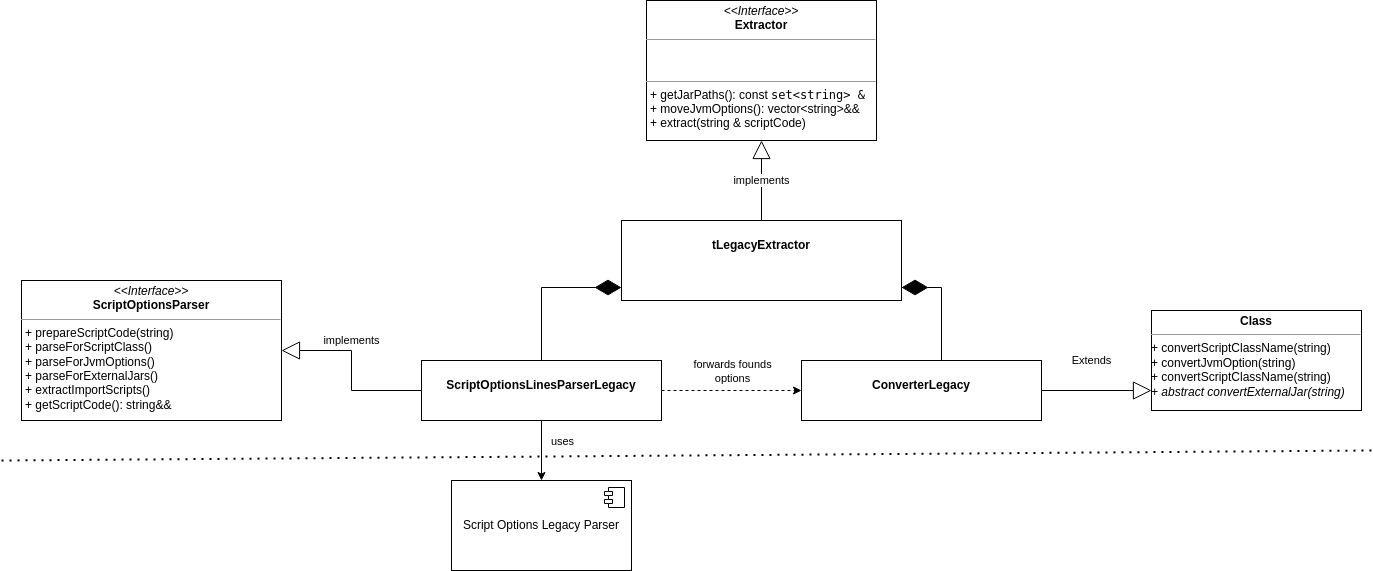
exasol/script-languages keeps this draw.io diagram as exaudfclient/docs/diagrams/LegacyParserHandler.png. Above is the earlier version. Source tidied: cells renumbered, new cells last; positions are measured from the earlier drawing's top-left corner, leaving out a move shared by most shapes.
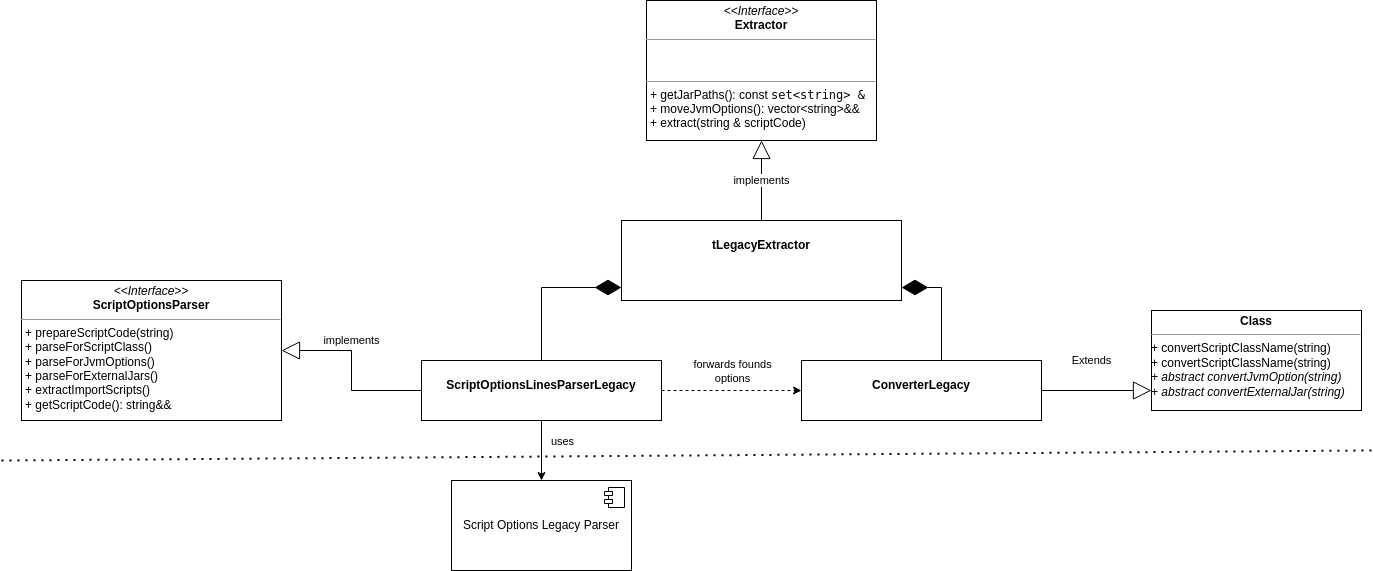
Above is the later version.

What changed in the source:
```diff
@@ -82,7 +82,7 @@
     <mxCell id="18" value="&lt;p style=&quot;margin:0px;margin-top:4px;text-align:center;&quot;&gt;&lt;br&gt;&lt;b&gt;tLegacyExtractor&lt;/b&gt;&lt;/p&gt;" style="verticalAlign=top;align=left;overflow=fill;fontSize=12;fontFamily=Helvetica;html=1;whiteSpace=wrap;" parent="1" vertex="1">
       <mxGeometry x="620" y="220" width="280" height="80" as="geometry" />
     </mxCell>
-    <mxCell id="19" value="&lt;p style=&quot;margin:0px;margin-top:4px;text-align:center;&quot;&gt;&lt;b&gt;Class&lt;/b&gt;&lt;/p&gt;&lt;hr size=&quot;1&quot;&gt;&lt;div style=&quot;height:2px;&quot;&gt;+ convertScriptClassName(string)&lt;br style=&quot;border-color: var(--border-color);&quot;&gt;+ convertJvmOption(string)&lt;br style=&quot;border-color: var(--border-color);&quot;&gt;+ convertScriptClassName(string)&lt;br style=&quot;border-color: var(--border-color);&quot;&gt;&lt;i style=&quot;border-color: var(--border-color);&quot;&gt;+ abstract convertExternalJar(string)&lt;/i&gt;&lt;/div&gt;" style="verticalAlign=top;align=left;overflow=fill;fontSize=12;fontFamily=Helvetica;html=1;whiteSpace=wrap;" parent="1" vertex="1">
+    <mxCell id="19" value="&lt;p style=&quot;margin:0px;margin-top:4px;text-align:center;&quot;&gt;&lt;b&gt;Class&lt;/b&gt;&lt;/p&gt;&lt;hr size=&quot;1&quot;&gt;&lt;div style=&quot;height:2px;&quot;&gt;+ convertScriptClassName(string)&lt;br style=&quot;border-color: var(--border-color);&quot;&gt;+ convertScriptClassName(string)&lt;br style=&quot;border-color: var(--border-color);&quot;&gt;&lt;i&gt;+ abstract convertJvmOption(string)&lt;/i&gt;&lt;br style=&quot;border-color: var(--border-color);&quot;&gt;&lt;i style=&quot;border-color: var(--border-color);&quot;&gt;+ abstract convertExternalJar(string)&lt;/i&gt;&lt;/div&gt;" style="verticalAlign=top;align=left;overflow=fill;fontSize=12;fontFamily=Helvetica;html=1;whiteSpace=wrap;" parent="1" vertex="1">
       <mxGeometry x="1150" y="310" width="210" height="100" as="geometry" />
     </mxCell>
   </root>
```
